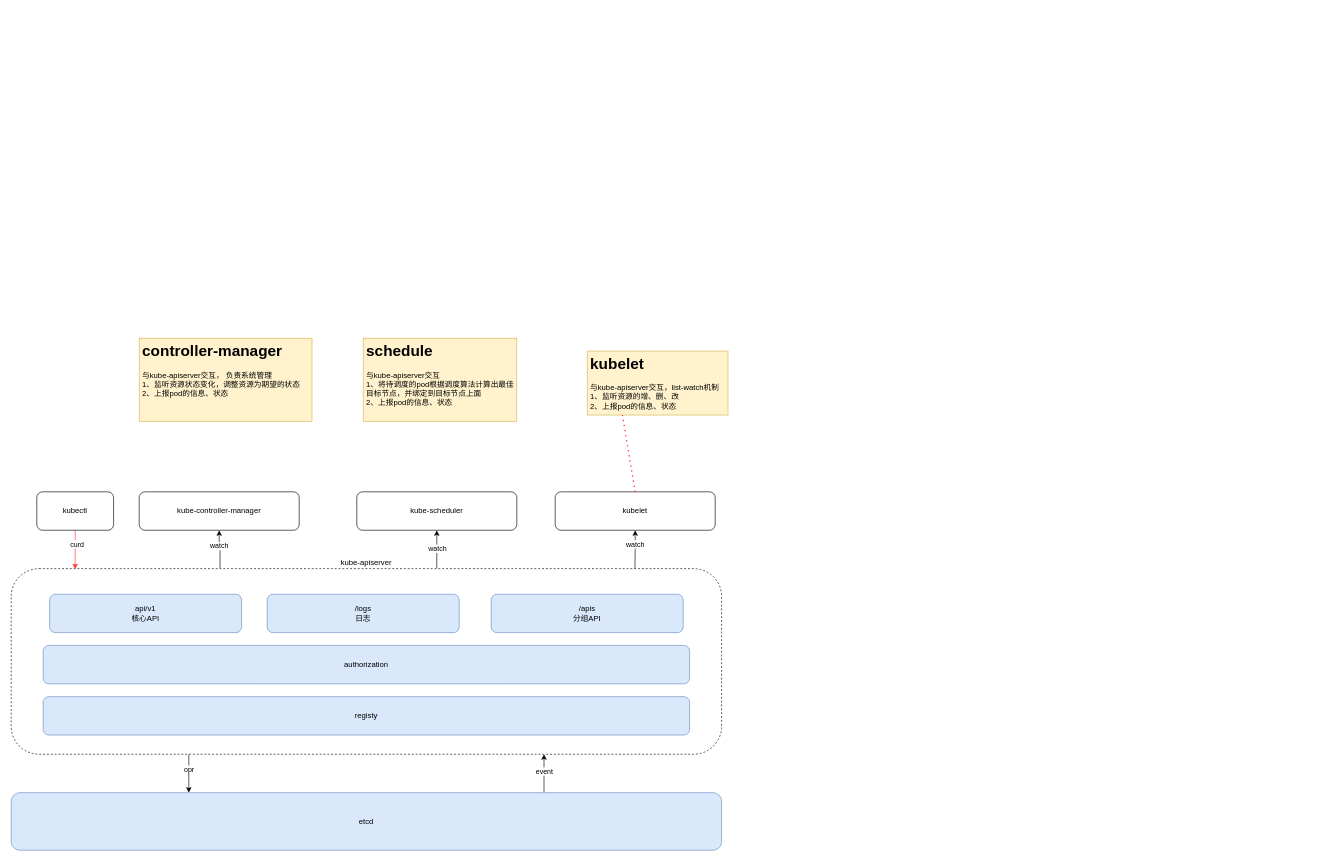
Earlier version of the draw.io diagram kubernetes.drawio (Venurs/draw). Source tidied: cells renumbered, new cells numbered last; positions are measured from the earlier drawing's top-left corner, leaving out a move shared by most shapes. Both pictures are drawn from the tidied source at 64%, with x=0, y=0 at pixel (11, 338).
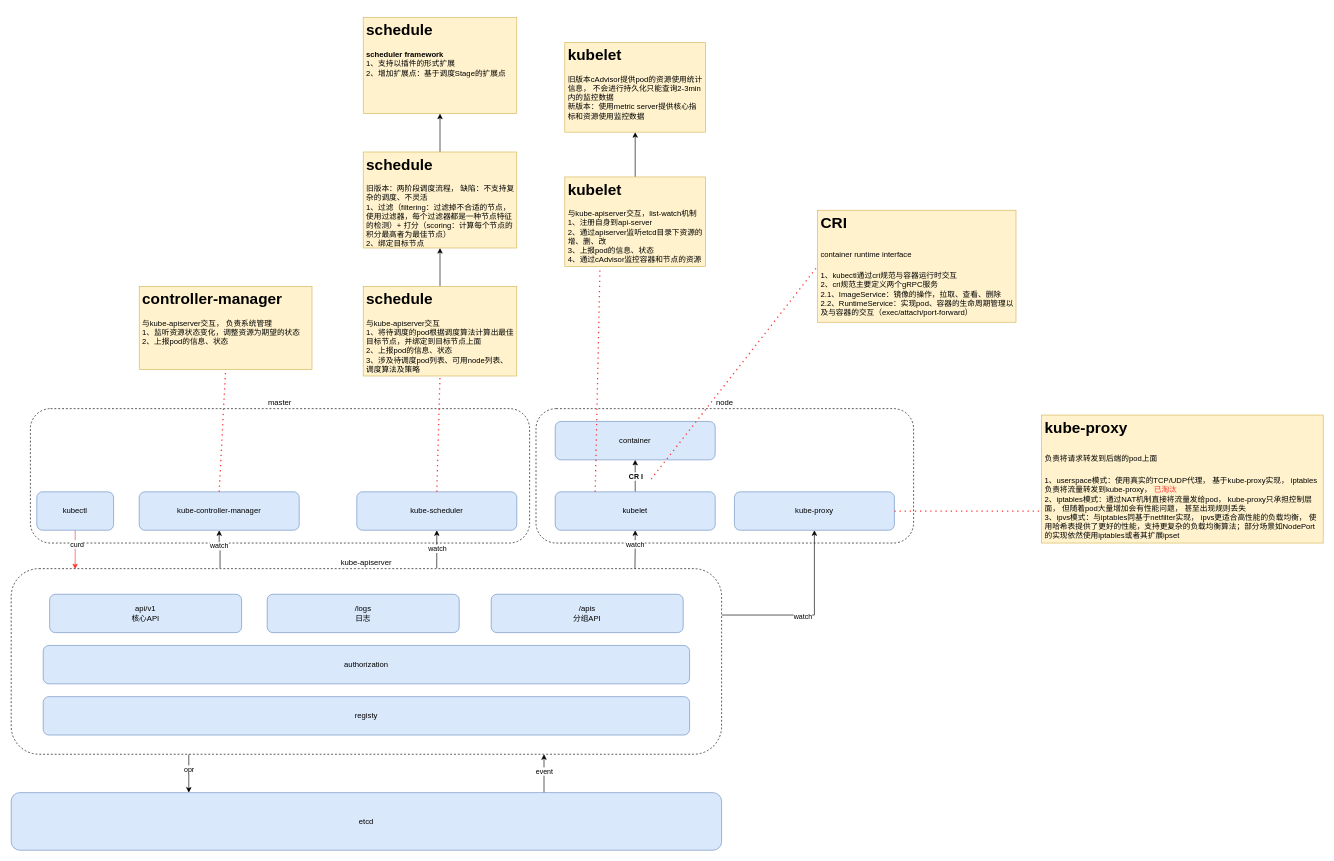
After the change.

Unchanged cells that the change refers to:
```xml
<mxCell id="4" value="kube-apiserver" style="rounded=1;whiteSpace=wrap;html=1;dashed=1;labelPosition=center;verticalLabelPosition=top;align=center;verticalAlign=bottom;" parent="1" vertex="1">
  <mxGeometry y="360" width="1110" height="290" as="geometry" />
</mxCell>
```

Change to the diagram source:
```diff
@@
+    <mxCell id="29" value="master" style="rounded=1;whiteSpace=wrap;html=1;dashed=1;labelPosition=center;verticalLabelPosition=top;align=center;verticalAlign=bottom;" parent="1" vertex="1">
+      <mxGeometry x="30" y="110" width="780" height="210" as="geometry" />
+    </mxCell>
+    <mxCell id="30" value="node" style="rounded=1;whiteSpace=wrap;html=1;dashed=1;labelPosition=center;verticalLabelPosition=top;align=center;verticalAlign=bottom;" parent="1" vertex="1">
+      <mxGeometry x="820" y="110" width="590" height="210" as="geometry" />
+    </mxCell>
@@
+    <mxCell id="31" style="edgeStyle=orthogonalEdgeStyle;rounded=0;jettySize=auto;html=1;exitX=1;exitY=0.25;exitDx=0;exitDy=0;entryX=0.5;entryY=1;entryDx=0;entryDy=0;" parent="1" edge="1" source="4" target="46">
+      <mxGeometry relative="1" as="geometry" />
+    </mxCell>
+    <mxCell id="32" value="watch" style="edgeLabel;html=1;align=center;verticalAlign=middle;" parent="31" vertex="1">
+      <mxGeometry x="-0.09" y="-2" relative="1" as="geometry" />
+    </mxCell>
@@
-    <mxCell id="15" value="kube-controller-manager" style="rounded=1;whiteSpace=wrap;html=1;" parent="1" vertex="1">
+    <mxCell id="15" value="kube-controller-manager" style="rounded=1;whiteSpace=wrap;html=1;fillColor=#dae8fc;strokeColor=#6c8ebf;" parent="1" vertex="1">
       <mxGeometry x="200" y="240" width="250" height="60" as="geometry" />
     </mxCell>
@@
-    <mxCell id="18" value="kubectl" style="rounded=1;whiteSpace=wrap;html=1;" parent="1" vertex="1">
+    <mxCell id="18" value="kubectl" style="rounded=1;whiteSpace=wrap;html=1;fillColor=#dae8fc;strokeColor=#6c8ebf;" parent="1" vertex="1">
       <mxGeometry x="40" y="240" width="120" height="60" as="geometry" />
     </mxCell>
@@
-    <mxCell id="21" value="kube-scheduler" style="rounded=1;whiteSpace=wrap;html=1;" parent="1" vertex="1">
+    <mxCell id="21" value="kube-scheduler" style="rounded=1;whiteSpace=wrap;html=1;fillColor=#dae8fc;strokeColor=#6c8ebf;" parent="1" vertex="1">
       <mxGeometry x="540" y="240" width="250" height="60" as="geometry" />
     </mxCell>
@@
+    <mxCell id="33" style="edgeStyle=orthogonalEdgeStyle;rounded=0;jettySize=auto;html=1;exitX=0.5;exitY=0;exitDx=0;exitDy=0;entryX=0.5;entryY=1;entryDx=0;entryDy=0;" parent="1" edge="1" source="24" target="43">
+      <mxGeometry relative="1" as="geometry" />
+    </mxCell>
+    <mxCell id="34" value="&lt;b&gt;CR I&lt;/b&gt;" style="edgeLabel;html=1;align=center;verticalAlign=middle;" parent="33" vertex="1">
+      <mxGeometry x="-0.04" y="-1" relative="1" as="geometry">
+        <mxPoint x="-1" y="-1" as="offset" />
+      </mxGeometry>
+    </mxCell>
-    <mxCell id="24" value="kubelet" style="rounded=1;whiteSpace=wrap;html=1;" parent="1" vertex="1">
+    <mxCell id="24" value="kubelet" style="rounded=1;whiteSpace=wrap;html=1;labelPosition=center;verticalLabelPosition=middle;align=center;verticalAlign=middle;fillColor=#dae8fc;strokeColor=#6c8ebf;" parent="1" vertex="1">
       <mxGeometry x="850" y="240" width="250" height="60" as="geometry" />
     </mxCell>
+    <mxCell id="35" style="edgeStyle=orthogonalEdgeStyle;rounded=0;jettySize=auto;html=1;exitX=0.5;exitY=0;exitDx=0;exitDy=0;entryX=0.5;entryY=1;entryDx=0;entryDy=0;" parent="1" edge="1" source="25" target="42">
+      <mxGeometry relative="1" as="geometry" />
+    </mxCell>
-    <mxCell id="25" value="&lt;h1&gt;kubelet&lt;/h1&gt;&lt;div&gt;与kube-apiserver交互，list-watch机制&lt;/div&gt;&lt;div&gt;1、监听资源的增、删、改&lt;/div&gt;&lt;div&gt;2、上报pod的信息、状态&lt;/div&gt;" style="text;html=1;strokeColor=#d6b656;fillColor=#fff2cc;spacing=5;spacingTop=-20;whiteSpace=wrap;overflow=hidden;rounded=0;" parent="1" vertex="1">
-      <mxGeometry x="900" y="20" width="220" height="100" as="geometry" />
+    <mxCell id="25" value="&lt;h1&gt;kubelet&lt;/h1&gt;&lt;div&gt;与kube-apiserver交互，list-watch机制&lt;/div&gt;&lt;div&gt;1、注册自身到api-server&lt;/div&gt;&lt;div&gt;2、通过apiserver监听etcd目录下资源的增、删、改&lt;/div&gt;&lt;div&gt;3、上报pod的信息、状态&lt;/div&gt;&lt;div&gt;4、通过cAdvisor监控容器和节点的资源&lt;/div&gt;" style="text;html=1;strokeColor=#d6b656;fillColor=#fff2cc;spacing=5;spacingTop=-20;whiteSpace=wrap;overflow=hidden;rounded=0;" parent="1" vertex="1">
+      <mxGeometry x="865" y="-252" width="220" height="140" as="geometry" />
     </mxCell>
+    <mxCell id="27" value="&lt;h1&gt;controller-manager&lt;/h1&gt;&lt;div&gt;与kube-apiserver交互， 负责系统管理&lt;/div&gt;&lt;div&gt;1、监听资源状态变化，调整资源为期望的状态&lt;/div&gt;&lt;div&gt;2、上报pod的信息、状态&lt;/div&gt;" style="text;html=1;strokeColor=#d6b656;fillColor=#fff2cc;spacing=5;spacingTop=-20;whiteSpace=wrap;overflow=hidden;rounded=0;" parent="1" vertex="1">
+      <mxGeometry x="200" y="-81" width="270" height="130" as="geometry" />
+    </mxCell>
+    <mxCell id="36" style="edgeStyle=orthogonalEdgeStyle;rounded=0;jettySize=auto;html=1;entryX=0.5;entryY=1;entryDx=0;entryDy=0;" parent="1" edge="1" source="28" target="40">
+      <mxGeometry relative="1" as="geometry" />
+    </mxCell>
+    <mxCell id="28" value="&lt;h1&gt;schedule&lt;/h1&gt;&lt;div&gt;与kube-apiserver交互&lt;/div&gt;&lt;div&gt;1、将待调度的pod根据调度算法计算出最佳目标节点，并绑定到目标节点上面&lt;/div&gt;&lt;div&gt;2、上报pod的信息、状态&lt;/div&gt;&lt;div&gt;3、涉及待调度pod列表、可用node列表、调度算法及策略&lt;/div&gt;" style="text;html=1;strokeColor=#d6b656;fillColor=#fff2cc;spacing=5;spacingTop=-20;whiteSpace=wrap;overflow=hidden;rounded=0;" parent="1" vertex="1">
+      <mxGeometry x="550" y="-81" width="240" height="140" as="geometry" />
+    </mxCell>
+    <mxCell id="37" style="endArrow=none;dashed=1;html=1;dashPattern=1 3;strokeWidth=2;rounded=0;exitX=0.5;exitY=0;exitDx=0;exitDy=0;entryX=0.5;entryY=1;entryDx=0;entryDy=0;strokeColor=#FF3333;" parent="1" edge="1" source="15" target="27">
+      <mxGeometry relative="1" as="geometry" />
+    </mxCell>
+    <mxCell id="38" style="endArrow=none;dashed=1;html=1;dashPattern=1 3;strokeWidth=2;rounded=0;exitX=0.5;exitY=0;exitDx=0;exitDy=0;entryX=0.5;entryY=1;entryDx=0;entryDy=0;strokeColor=#FF3333;" parent="1" edge="1" source="21" target="28">
+      <mxGeometry relative="1" as="geometry" />
+    </mxCell>
+    <mxCell id="39" style="edgeStyle=orthogonalEdgeStyle;rounded=0;jettySize=auto;html=1;exitX=0.5;exitY=0;exitDx=0;exitDy=0;entryX=0.5;entryY=1;entryDx=0;entryDy=0;" parent="1" edge="1" source="40" target="41">
+      <mxGeometry relative="1" as="geometry" />
+    </mxCell>
+    <mxCell id="40" value="&lt;h1&gt;schedule&lt;/h1&gt;&lt;div&gt;&lt;span style=&quot;background-color: initial;&quot;&gt;旧版本：两阶段调度流程， 缺陷：不支持复杂的调度、不灵活&lt;/span&gt;&lt;/div&gt;&lt;div&gt;&lt;span style=&quot;background-color: initial;&quot;&gt;1、过滤（filtering：过滤掉不合适的节点，使用过滤器，每个过滤器都是一种节点特征的检测）+&amp;nbsp;&lt;/span&gt;&lt;span style=&quot;background-color: initial;&quot;&gt;打分（scoring：计算每个节点的积分最高者为最佳节点）&lt;/span&gt;&lt;/div&gt;&lt;div&gt;&lt;span style=&quot;background-color: initial;&quot;&gt;2、绑定目标节点&lt;/span&gt;&lt;/div&gt;" style="text;html=1;strokeColor=#d6b656;fillColor=#fff2cc;spacing=5;spacingTop=-20;whiteSpace=wrap;overflow=hidden;rounded=0;" parent="1" vertex="1">
+      <mxGeometry x="550" y="-291" width="240" height="150" as="geometry" />
+    </mxCell>
+    <mxCell id="41" value="&lt;h1&gt;schedule&lt;/h1&gt;&lt;div&gt;&lt;b&gt;scheduler framework&lt;/b&gt;&lt;/div&gt;&lt;div&gt;&lt;span style=&quot;background-color: initial;&quot;&gt;1、支持以插件的形式扩展&lt;/span&gt;&lt;/div&gt;&lt;div&gt;&lt;span style=&quot;background-color: initial;&quot;&gt;2、增加扩展点：基于调度Stage的扩展点&lt;/span&gt;&lt;/div&gt;" style="text;html=1;strokeColor=#d6b656;fillColor=#fff2cc;spacing=5;spacingTop=-20;whiteSpace=wrap;overflow=hidden;rounded=0;" parent="1" vertex="1">
+      <mxGeometry x="550" y="-501" width="240" height="150" as="geometry" />
+    </mxCell>
+    <mxCell id="42" value="&lt;h1&gt;kubelet&lt;/h1&gt;&lt;div&gt;旧版本cAdvisor提供pod的资源使用统计信息， 不会进行持久化只能查询2-3min内的监控数据&lt;/div&gt;&lt;div&gt;新版本：使用metric server提供核心指标和资源使用监控数据&lt;/div&gt;" style="text;html=1;strokeColor=#d6b656;fillColor=#fff2cc;spacing=5;spacingTop=-20;whiteSpace=wrap;overflow=hidden;rounded=0;" parent="1" vertex="1">
+      <mxGeometry x="865" y="-462" width="220" height="140" as="geometry" />
+    </mxCell>
+    <mxCell id="43" value="container" style="rounded=1;whiteSpace=wrap;html=1;fillColor=#dae8fc;strokeColor=#6c8ebf;" parent="1" vertex="1">
+      <mxGeometry x="850" y="130" width="250" height="60" as="geometry" />
+    </mxCell>
-    <mxCell id="26" style="endArrow=none;dashed=1;html=1;dashPattern=1 3;strokeWidth=2;rounded=0;exitX=0.5;exitY=0;exitDx=0;exitDy=0;strokeColor=#FF3333;entryX=0.25;entryY=1;entryDx=0;entryDy=0;" parent="1" edge="1" source="24" target="25">
+    <mxCell id="26" style="endArrow=none;dashed=1;html=1;dashPattern=1 3;strokeWidth=2;rounded=0;exitX=0.25;exitY=0;exitDx=0;exitDy=0;strokeColor=#FF3333;entryX=0.25;entryY=1;entryDx=0;entryDy=0;" parent="1" edge="1" source="24" target="25">
       <mxGeometry relative="1" as="geometry" />
     </mxCell>
-    <mxCell id="27" value="&lt;h1&gt;controller-manager&lt;/h1&gt;&lt;div&gt;与kube-apiserver交互， 负责系统管理&lt;/div&gt;&lt;div&gt;1、监听资源状态变化，调整资源为期望的状态&lt;/div&gt;&lt;div&gt;2、上报pod的信息、状态&lt;/div&gt;" style="text;html=1;strokeColor=#d6b656;fillColor=#fff2cc;spacing=5;spacingTop=-20;whiteSpace=wrap;overflow=hidden;rounded=0;" parent="1" vertex="1">
-      <mxGeometry x="200" width="270" height="130" as="geometry" />
-    </mxCell>
-    <mxCell id="28" value="&lt;h1&gt;schedule&lt;/h1&gt;&lt;div&gt;与kube-apiserver交互&lt;/div&gt;&lt;div&gt;1、将待调度的pod根据调度算法计算出最佳目标节点，并绑定到目标节点上面&lt;/div&gt;&lt;div&gt;2、上报pod的信息、状态&lt;/div&gt;" style="text;html=1;strokeColor=#d6b656;fillColor=#fff2cc;spacing=5;spacingTop=-20;whiteSpace=wrap;overflow=hidden;rounded=0;" parent="1" vertex="1">
-      <mxGeometry x="550" width="240" height="130" as="geometry" />
-    </mxCell>
+    <mxCell id="44" value="&lt;h1&gt;&lt;span style=&quot;background-color: initial;&quot;&gt;CRI&lt;/span&gt;&lt;/h1&gt;&lt;h1&gt;&lt;span style=&quot;font-size: 12px; font-weight: 400;&quot;&gt;container runtime interface&lt;/span&gt;&lt;/h1&gt;&lt;div&gt;1、kubectl通过cri规范与容器运行时交互&lt;/div&gt;&lt;div&gt;2、cri规范主要定义两个gRPC服务&lt;/div&gt;&lt;div&gt;2.1、ImageService：镜像的操作，拉取、查看、删除&lt;/div&gt;&lt;div&gt;2.2、RuntimeService：实现pod、容器的生命周期管理以及与容器的交互（exec/attach/port-forward）&lt;/div&gt;" style="text;html=1;strokeColor=#d6b656;fillColor=#fff2cc;spacing=5;spacingTop=-20;whiteSpace=wrap;overflow=hidden;rounded=0;" parent="1" vertex="1">
+      <mxGeometry x="1260" y="-200" width="310" height="175" as="geometry" />
+    </mxCell>
+    <mxCell id="45" style="endArrow=none;dashed=1;html=1;dashPattern=1 3;strokeWidth=2;rounded=0;entryX=0;entryY=0.5;entryDx=0;entryDy=0;strokeColor=#FF3333;" parent="1" edge="1" target="44">
+      <mxGeometry relative="1" as="geometry">
+        <mxPoint x="1000" y="220" as="sourcePoint" />
+      </mxGeometry>
+    </mxCell>
+    <mxCell id="46" value="kube-proxy" style="rounded=1;whiteSpace=wrap;html=1;labelPosition=center;verticalLabelPosition=middle;align=center;verticalAlign=middle;fillColor=#dae8fc;strokeColor=#6c8ebf;" parent="1" vertex="1">
+      <mxGeometry x="1130" y="240" width="250" height="60" as="geometry" />
+    </mxCell>
+    <mxCell id="47" value="&lt;h1&gt;kube-proxy&lt;/h1&gt;&lt;h1&gt;&lt;span style=&quot;font-size: 12px; font-weight: 400;&quot;&gt;负责将请求转发到后端的pod上面&lt;/span&gt;&lt;/h1&gt;&lt;div&gt;&lt;span style=&quot;font-size: 12px; font-weight: 400;&quot;&gt;1、userspace模式：使用真实的TCP/UDP代理， 基于kube-proxy实现， iptables负责将流量转发到kube-proxy， &lt;font color=&quot;#ff3333&quot;&gt;已淘汰&lt;/font&gt;&lt;/span&gt;&lt;/div&gt;&lt;div&gt;&lt;span style=&quot;font-size: 12px; font-weight: 400;&quot;&gt;2、iptables模式：通过NAT机制直接将流量发给pod， kube-proxy只承担控制层面， 但随着pod大量增加会有性能问题， 甚至出现规则丢失&lt;/span&gt;&lt;/div&gt;&lt;div&gt;&lt;span style=&quot;font-size: 12px; font-weight: 400;&quot;&gt;3、ipvs模式：与iptables同基于netfilter实现， ipvs更适合高性能的负载均衡， 使用哈希表提供了更好的性能，支持更复杂的负载均衡算法；部分场景如NodePort的实现依然使用iptables或者其扩展ipset&lt;/span&gt;&lt;/div&gt;" style="text;html=1;strokeColor=#d6b656;fillColor=#fff2cc;spacing=5;spacingTop=-20;whiteSpace=wrap;overflow=hidden;rounded=0;" parent="1" vertex="1">
+      <mxGeometry x="1610" y="120" width="440" height="200" as="geometry" />
+    </mxCell>
+    <mxCell id="48" style="endArrow=none;dashed=1;html=1;dashPattern=1 3;strokeWidth=2;rounded=0;entryX=0;entryY=0.75;entryDx=0;entryDy=0;exitX=1;exitY=0.5;exitDx=0;exitDy=0;strokeColor=#FF3333;" parent="1" edge="1" source="46" target="47">
+      <mxGeometry relative="1" as="geometry" />
+    </mxCell>
```
